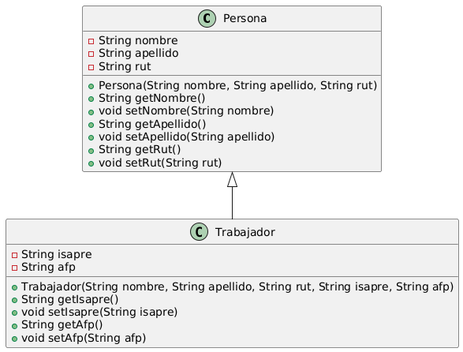
The PlantUML diagram uml.png in fcocaceresc/ICC490-1-CasoTrabajador, before a commit.
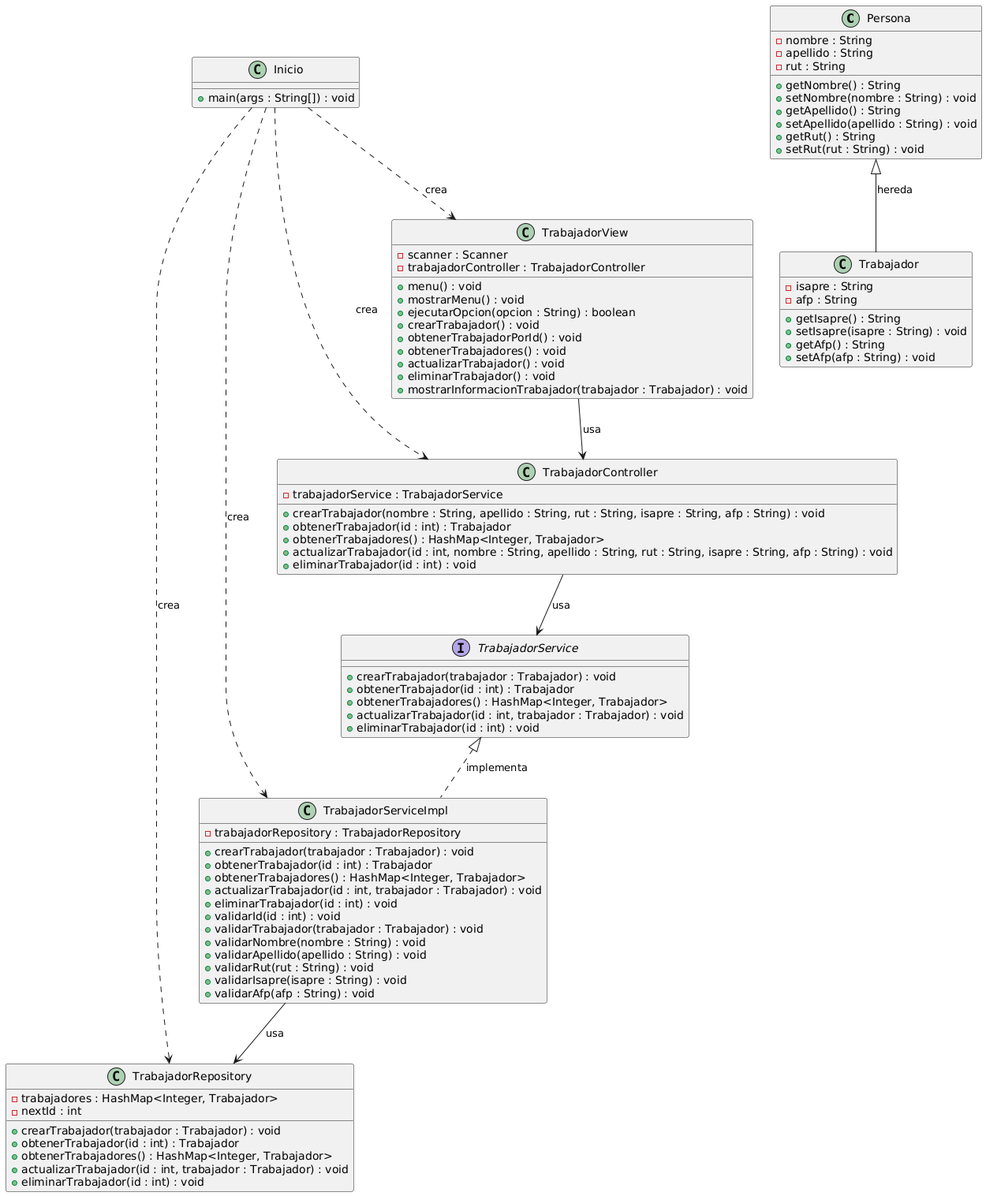
The same diagram one commit later.

Commit message:
update uml diagram

Diff of the diagram source:
```diff
@@ -1,26 +1,93 @@
 @startuml
 class Persona {
-  - String nombre
-  - String apellido
-  - String rut
-  + Persona(String nombre, String apellido, String rut)
-  + String getNombre()
-  + void setNombre(String nombre)
-  + String getApellido()
-  + void setApellido(String apellido)
-  + String getRut()
-  + void setRut(String rut)
+    - nombre : String
+    - apellido : String
+    - rut : String
+    + getNombre() : String
+    + setNombre(nombre : String) : void
+    + getApellido() : String
+    + setApellido(apellido : String) : void
+    + getRut() : String
+    + setRut(rut : String) : void
 }
 
 class Trabajador {
-  - String isapre
-  - String afp
-  + Trabajador(String nombre, String apellido, String rut, String isapre, String afp)
-  + String getIsapre()
-  + void setIsapre(String isapre)
-  + String getAfp()
-  + void setAfp(String afp)
+    - isapre : String
+    - afp : String
+    + getIsapre() : String
+    + setIsapre(isapre : String) : void
+    + getAfp() : String
+    + setAfp(afp : String) : void
 }
 
-Persona <|-- Trabajador
+class TrabajadorRepository {
+    - trabajadores : HashMap<Integer, Trabajador>
+    - nextId : int
+    + crearTrabajador(trabajador : Trabajador) : void
+    + obtenerTrabajador(id : int) : Trabajador
+    + obtenerTrabajadores() : HashMap<Integer, Trabajador>
+    + actualizarTrabajador(id : int, trabajador : Trabajador) : void
+    + eliminarTrabajador(id : int) : void
+}
+
+interface TrabajadorService {
+    + crearTrabajador(trabajador : Trabajador) : void
+    + obtenerTrabajador(id : int) : Trabajador
+    + obtenerTrabajadores() : HashMap<Integer, Trabajador>
+    + actualizarTrabajador(id : int, trabajador : Trabajador) : void
+    + eliminarTrabajador(id : int) : void
+}
+
+class TrabajadorServiceImpl {
+    - trabajadorRepository : TrabajadorRepository
+    + crearTrabajador(trabajador : Trabajador) : void
+    + obtenerTrabajador(id : int) : Trabajador
+    + obtenerTrabajadores() : HashMap<Integer, Trabajador>
+    + actualizarTrabajador(id : int, trabajador : Trabajador) : void
+    + eliminarTrabajador(id : int) : void
+    + validarId(id : int) : void
+    + validarTrabajador(trabajador : Trabajador) : void
+    + validarNombre(nombre : String) : void
+    + validarApellido(apellido : String) : void
+    + validarRut(rut : String) : void
+    + validarIsapre(isapre : String) : void
+    + validarAfp(afp : String) : void
+}
+
+class TrabajadorController {
+    - trabajadorService : TrabajadorService
+    + crearTrabajador(nombre : String, apellido : String, rut : String, isapre : String, afp : String) : void
+    + obtenerTrabajador(id : int) : Trabajador
+    + obtenerTrabajadores() : HashMap<Integer, Trabajador>
+    + actualizarTrabajador(id : int, nombre : String, apellido : String, rut : String, isapre : String, afp : String) : void
+    + eliminarTrabajador(id : int) : void
+}
+
+class TrabajadorView {
+    - scanner : Scanner
+    - trabajadorController : TrabajadorController
+    + menu() : void
+    + mostrarMenu() : void
+    + ejecutarOpcion(opcion : String) : boolean
+    + crearTrabajador() : void
+    + obtenerTrabajadorPorId() : void
+    + obtenerTrabajadores() : void
+    + actualizarTrabajador() : void
+    + eliminarTrabajador() : void
+    + mostrarInformacionTrabajador(trabajador : Trabajador) : void
+}
+
+class Inicio {
+    + main(args : String[]) : void
+}
+
+Trabajador -up-|> Persona : hereda
+TrabajadorServiceImpl .up.|> TrabajadorService : implementa
+TrabajadorServiceImpl --> TrabajadorRepository : usa
+TrabajadorController --> TrabajadorService : usa
+TrabajadorView --> TrabajadorController : usa
+Inicio ..> TrabajadorRepository : crea
+Inicio ..> TrabajadorServiceImpl : crea
+Inicio ..> TrabajadorController : crea
+Inicio ..> TrabajadorView : crea
 @enduml
```
